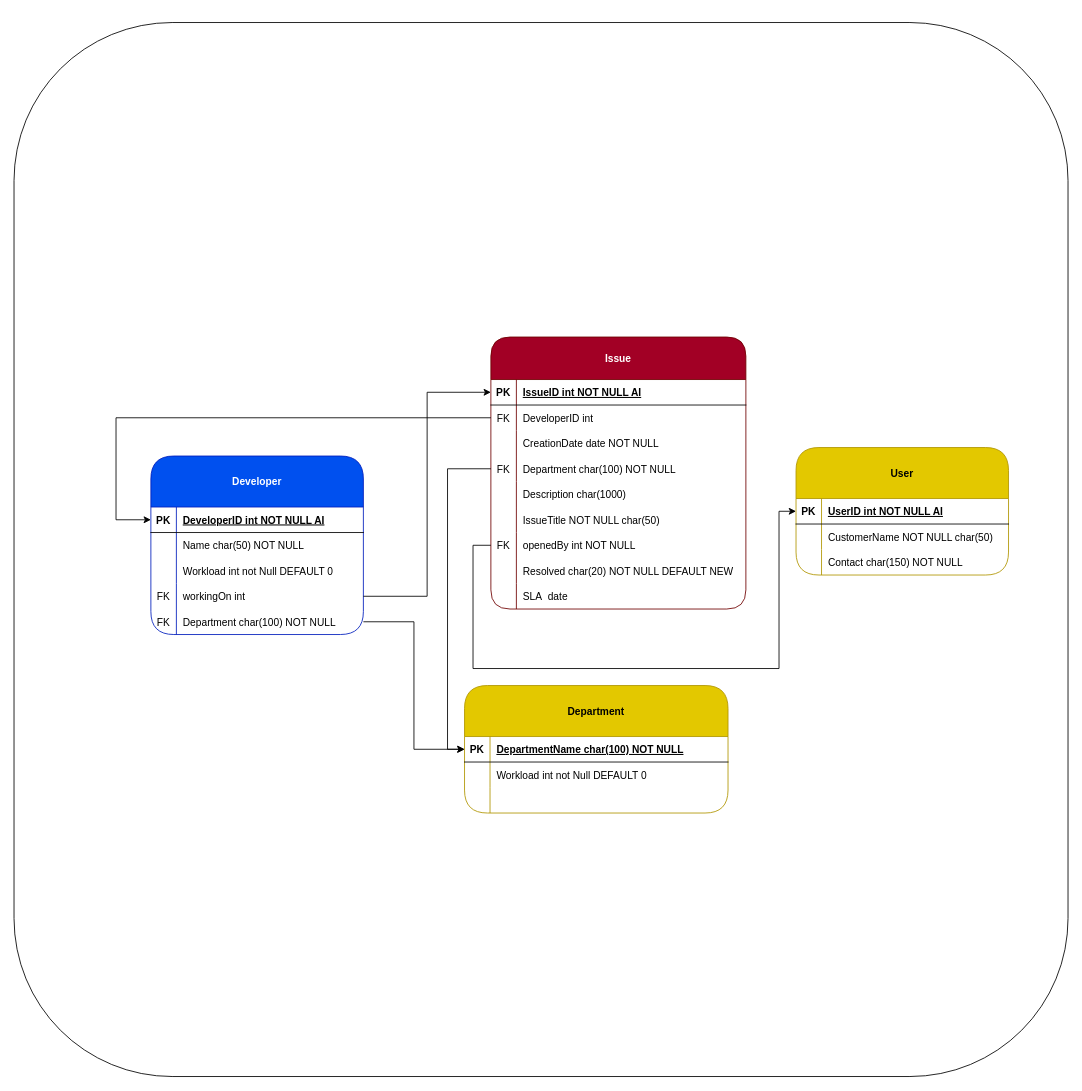
Above: Diagrams/ERD UML.drawio in thehahaman/Ticketing-System (draw.io), before the change. Source tidied: cells renumbered, new cells numbered last; positions are measured from the earlier drawing's top-left corner, leaving out a move shared by most shapes. Both pictures are drawn from the tidied source at 85%, with x=0, y=0 at pixel (14, 22).
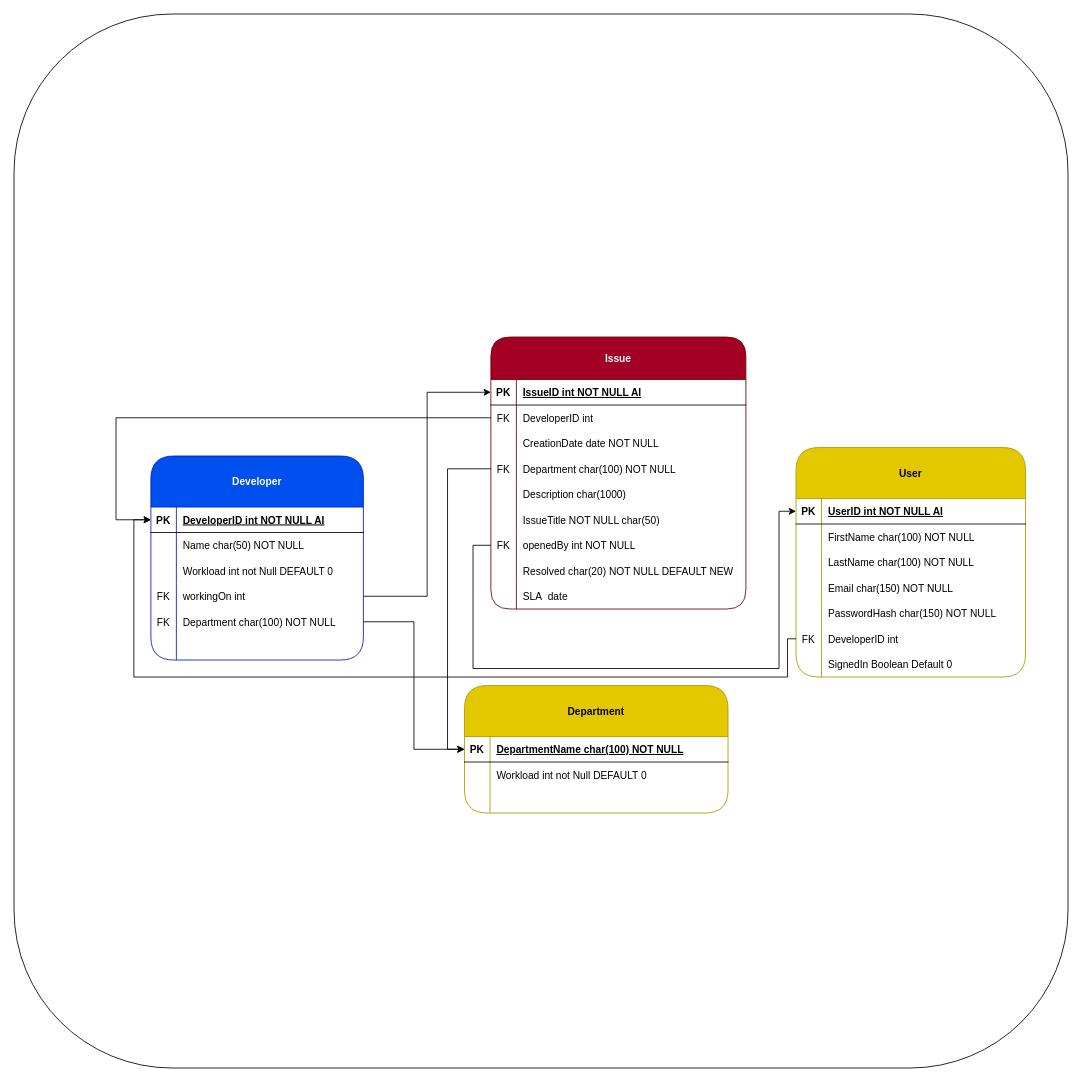
The same diagram, later.

The change refers to these unchanged cells:
```xml
<mxCell id="42" style="shape=partialRectangle;fillColor=none;points=[[0,0.5],[1,0.5]];portConstraint=eastwest;top=0;left=0;right=0;bottom=1;" parent="41" vertex="1">
  <mxGeometry y="60" width="250" height="30" as="geometry" />
</mxCell>
```

Diff of the diagram source:
```diff
@@
     <mxCell id="2" style="whiteSpace=wrap;html=1;rounded=1;shadow=0;sketch=0;strokeColor=default;strokeWidth=1;" parent="1" vertex="1">
-      <mxGeometry width="1240" height="1240" as="geometry" />
+      <mxGeometry y="-10" width="1240" height="1240" as="geometry" />
     </mxCell>
     <mxCell id="3" value="User" style="shape=table;startSize=60;childLayout=tableLayout;rowLines=0;fontStyle=1;align=center;fillColor=#e3c800;fontColor=#000000;strokeColor=#B09500;rounded=1;" parent="1" vertex="1">
-      <mxGeometry x="920" y="500" width="250" height="150" as="geometry" />
+      <mxGeometry x="920" y="500" width="270" height="270" as="geometry" />
     </mxCell>
     <mxCell id="4" style="shape=partialRectangle;fillColor=none;points=[[0,0.5],[1,0.5]];portConstraint=eastwest;top=0;left=0;right=0;bottom=1;" parent="3" vertex="1">
-      <mxGeometry y="60" width="250" height="30" as="geometry" />
+      <mxGeometry y="60" width="270" height="30" as="geometry" />
     </mxCell>
@@
     <mxCell id="6" value="UserID int NOT NULL AI" style="shape=partialRectangle;overflow=hidden;fillColor=none;top=0;left=0;bottom=0;right=0;align=left;spacingLeft=6;fontStyle=5;" parent="4" vertex="1">
-      <mxGeometry x="30" width="220" height="30" as="geometry" />
+      <mxGeometry x="30" width="240" height="30" as="geometry" />
     </mxCell>
     <mxCell id="7" style="shape=partialRectangle;fillColor=none;top=0;left=0;right=0;bottom=0;" parent="3" vertex="1">
-      <mxGeometry y="90" width="250" height="30" as="geometry" />
+      <mxGeometry y="90" width="270" height="30" as="geometry" />
     </mxCell>
@@
-    <mxCell id="9" value="CustomerName NOT NULL char(50)" style="shape=partialRectangle;overflow=hidden;fillColor=none;top=0;left=0;bottom=0;right=0;align=left;spacingLeft=6;" parent="7" vertex="1">
-      <mxGeometry x="30" width="220" height="30" as="geometry" />
+    <mxCell id="9" value="FirstName char(100) NOT NULL " style="shape=partialRectangle;overflow=hidden;fillColor=none;top=0;left=0;bottom=0;right=0;align=left;spacingLeft=6;" parent="7" vertex="1">
+      <mxGeometry x="30" width="240" height="30" as="geometry" />
     </mxCell>
+    <mxCell id="72" style="shape=partialRectangle;fillColor=none;top=0;left=0;right=0;bottom=0;" parent="3" vertex="1">
+      <mxGeometry y="120" width="270" height="30" as="geometry" />
+    </mxCell>
+    <mxCell id="73" style="shape=partialRectangle;overflow=hidden;fillColor=none;top=0;left=0;bottom=0;right=0;" parent="72" vertex="1">
+      <mxGeometry width="30" height="30" as="geometry" />
+    </mxCell>
+    <mxCell id="74" value="LastName char(100) NOT NULL " style="shape=partialRectangle;overflow=hidden;fillColor=none;top=0;left=0;bottom=0;right=0;align=left;spacingLeft=6;" parent="72" vertex="1">
+      <mxGeometry x="30" width="240" height="30" as="geometry" />
+    </mxCell>
     <mxCell id="10" style="shape=partialRectangle;fillColor=none;top=0;left=0;right=0;bottom=0;" parent="3" vertex="1">
-      <mxGeometry y="120" width="250" height="30" as="geometry" />
+      <mxGeometry y="150" width="270" height="30" as="geometry" />
     </mxCell>
@@
-    <mxCell id="12" value="Contact char(150) NOT NULL " style="shape=partialRectangle;overflow=hidden;fillColor=none;top=0;left=0;bottom=0;right=0;align=left;spacingLeft=6;" parent="10" vertex="1">
-      <mxGeometry x="30" width="220" height="30" as="geometry" />
+    <mxCell id="12" value="Email char(150) NOT NULL " style="shape=partialRectangle;overflow=hidden;fillColor=none;top=0;left=0;bottom=0;right=0;align=left;spacingLeft=6;" parent="10" vertex="1">
+      <mxGeometry x="30" width="240" height="30" as="geometry" />
     </mxCell>
+    <mxCell id="75" style="shape=partialRectangle;fillColor=none;top=0;left=0;right=0;bottom=0;" parent="3" vertex="1">
+      <mxGeometry y="180" width="270" height="30" as="geometry" />
+    </mxCell>
+    <mxCell id="76" style="shape=partialRectangle;overflow=hidden;fillColor=none;top=0;left=0;bottom=0;right=0;" parent="75" vertex="1">
+      <mxGeometry width="30" height="30" as="geometry" />
+    </mxCell>
+    <mxCell id="77" value="PasswordHash char(150) NOT NULL" style="shape=partialRectangle;overflow=hidden;fillColor=none;top=0;left=0;bottom=0;right=0;align=left;spacingLeft=6;" parent="75" vertex="1">
+      <mxGeometry x="30" width="240" height="30" as="geometry" />
+    </mxCell>
+    <mxCell id="78" style="shape=partialRectangle;fillColor=none;points=[[0,0.5],[1,0.5]];portConstraint=eastwest;top=0;left=0;right=0;bottom=0;" parent="3" vertex="1">
+      <mxGeometry y="210" width="270" height="30" as="geometry" />
+    </mxCell>
+    <mxCell id="79" value="FK" style="shape=partialRectangle;overflow=hidden;fillColor=none;top=0;left=0;bottom=0;right=0;" parent="78" vertex="1">
+      <mxGeometry width="30" height="30" as="geometry" />
+    </mxCell>
+    <mxCell id="80" value="DeveloperID int" style="shape=partialRectangle;overflow=hidden;fillColor=none;top=0;left=0;bottom=0;right=0;align=left;spacingLeft=6;" parent="78" vertex="1">
+      <mxGeometry x="30" width="240" height="30" as="geometry" />
+    </mxCell>
+    <mxCell id="81" style="shape=partialRectangle;fillColor=none;top=0;left=0;right=0;bottom=0;" parent="3" vertex="1">
+      <mxGeometry y="240" width="270" height="30" as="geometry" />
+    </mxCell>
+    <mxCell id="82" style="shape=partialRectangle;overflow=hidden;fillColor=none;top=0;left=0;bottom=0;right=0;" parent="81" vertex="1">
+      <mxGeometry width="30" height="30" as="geometry" />
+    </mxCell>
+    <mxCell id="83" value="SignedIn Boolean Default 0" style="shape=partialRectangle;overflow=hidden;fillColor=none;top=0;left=0;bottom=0;right=0;align=left;spacingLeft=6;" parent="81" vertex="1">
+      <mxGeometry x="30" width="240" height="30" as="geometry" />
+    </mxCell>
@@
     <mxCell id="41" value="Developer" style="shape=table;startSize=60;childLayout=tableLayout;rowLines=0;fontStyle=1;align=center;strokeWidth=1;strokeColor=#001DBC;perimeterSpacing=1;swimlaneLine=1;rounded=1;shadow=0;fillColor=#0050ef;fontColor=#ffffff;spacing=4;" parent="1" vertex="1">
-      <mxGeometry x="161" y="510" width="250" height="210" as="geometry" />
+      <mxGeometry x="161" y="510" width="250" height="240" as="geometry" />
     </mxCell>
@@
+    <mxCell id="84" style="shape=partialRectangle;fillColor=none;top=0;left=0;right=0;bottom=0;" parent="41" vertex="1">
+      <mxGeometry y="210" width="250" height="30" as="geometry" />
+    </mxCell>
+    <mxCell id="85" style="shape=partialRectangle;overflow=hidden;fillColor=none;top=0;left=0;bottom=0;right=0;" parent="84" vertex="1">
+      <mxGeometry width="30" height="30" as="geometry" />
+    </mxCell>
+    <mxCell id="86" style="shape=partialRectangle;overflow=hidden;fillColor=none;top=0;left=0;bottom=0;right=0;align=left;spacingLeft=6;" parent="84" vertex="1">
+      <mxGeometry x="30" width="220" height="30" as="geometry" />
+    </mxCell>
@@
+    <mxCell id="87" style="edgeStyle=orthogonalEdgeStyle;rounded=0;jettySize=auto;html=1;entryX=0;entryY=0.5;entryDx=0;entryDy=0;exitX=0;exitY=0.5;exitDx=0;exitDy=0;" parent="1" edge="1" source="78" target="42">
+      <mxGeometry relative="1" as="geometry">
+        <Array as="points">
+          <mxPoint x="910" y="725" />
+          <mxPoint x="910" y="770" />
+          <mxPoint x="141" y="770" />
+          <mxPoint x="141" y="585" />
+        </Array>
+      </mxGeometry>
+    </mxCell>
```
